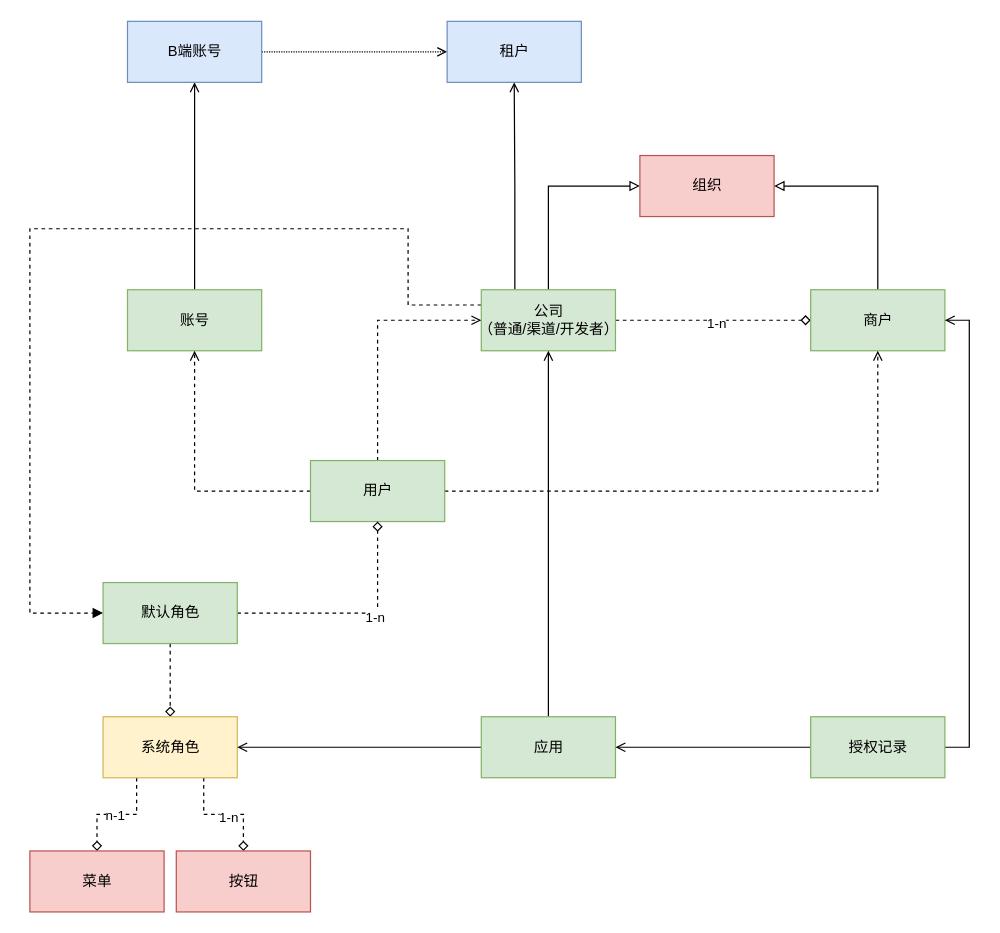
Before: Untitled Diagram.drawio in sunhj000/draw, a draw.io diagram. Source tidied: cells renumbered, new cells numbered last; positions are measured from the earlier drawing's top-left corner, leaving out a move shared by most shapes. Both pictures are drawn from the tidied source at 122%, with x=0, y=0 at pixel (29, 21).
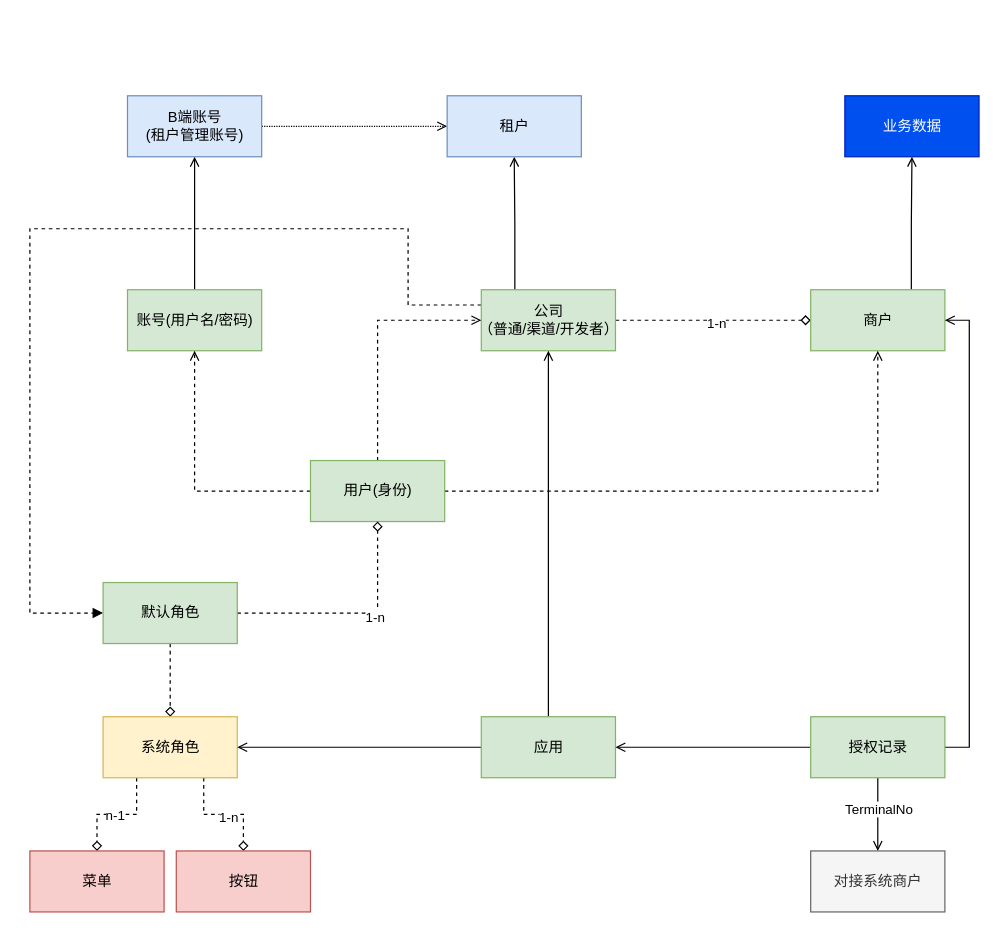
The same diagram, later.

Unchanged cells that the change refers to:
```xml
<mxCell id="9" value="公司&lt;br&gt;（普通/渠道/开发者）" style="html=1;fillColor=#d5e8d4;strokeColor=#82b366;" parent="1" vertex="1">
  <mxGeometry x="370" y="220" width="110" height="50" as="geometry" />
</mxCell>
<mxCell id="12" value="商户" style="html=1;fillColor=#d5e8d4;strokeColor=#82b366;" parent="1" vertex="1">
  <mxGeometry x="640" y="220" width="110" height="50" as="geometry" />
</mxCell>
<mxCell id="33" value="授权记录" style="html=1;fillColor=#d5e8d4;strokeColor=#82b366;" parent="1" vertex="1">
  <mxGeometry x="640" y="570" width="110" height="50" as="geometry" />
</mxCell>
```

What changed in the source:
```diff
@@
-    <mxCell id="3" value="账号" style="html=1;fillColor=#d5e8d4;strokeColor=#82b366;" parent="1" vertex="1">
+    <mxCell id="3" value="账号(用户名/密码)" style="html=1;fillColor=#d5e8d4;strokeColor=#82b366;" parent="1" vertex="1">
       <mxGeometry x="80" y="220" width="110" height="50" as="geometry" />
     </mxCell>
-    <mxCell id="4" style="edgeStyle=orthogonalEdgeStyle;rounded=0;jettySize=auto;html=1;exitX=0.5;exitY=0;exitDx=0;exitDy=0;entryX=0;entryY=0.5;entryDx=0;entryDy=0;endArrow=block;endFill=0;" parent="1" edge="1" source="9" target="10">
-      <mxGeometry relative="1" as="geometry" />
-    </mxCell>
@@
-    <mxCell id="10" value="组织" style="html=1;fillColor=#f8cecc;strokeColor=#b85450;" parent="1" vertex="1">
-      <mxGeometry x="500" y="110" width="110" height="50" as="geometry" />
-    </mxCell>
-    <mxCell id="11" style="edgeStyle=orthogonalEdgeStyle;rounded=0;jettySize=auto;html=1;exitX=0.5;exitY=0;exitDx=0;exitDy=0;entryX=1;entryY=0.5;entryDx=0;entryDy=0;endArrow=block;endFill=0;" parent="1" edge="1" source="12" target="10">
-      <mxGeometry relative="1" as="geometry" />
-    </mxCell>
+    <mxCell id="37" style="edgeStyle=orthogonalEdgeStyle;rounded=0;jettySize=auto;html=1;exitX=0.75;exitY=0;exitDx=0;exitDy=0;entryX=0.5;entryY=1;entryDx=0;entryDy=0;endArrow=open;endFill=0;" parent="1" edge="1" source="12" target="41">
+      <mxGeometry relative="1" as="geometry" />
+    </mxCell>
@@
-    <mxCell id="16" value="用户" style="html=1;fillColor=#d5e8d4;strokeColor=#82b366;" parent="1" vertex="1">
+    <mxCell id="16" value="用户(身份)" style="html=1;fillColor=#d5e8d4;strokeColor=#82b366;" parent="1" vertex="1">
       <mxGeometry x="230" y="360" width="110" height="50" as="geometry" />
     </mxCell>
@@
+    <mxCell id="38" style="edgeStyle=orthogonalEdgeStyle;rounded=0;jettySize=auto;html=1;exitX=0.5;exitY=1;exitDx=0;exitDy=0;endArrow=open;endFill=0;" parent="1" edge="1" source="33" target="40">
+      <mxGeometry relative="1" as="geometry" />
+    </mxCell>
+    <mxCell id="39" value="TerminalNo" style="edgeLabel;html=1;align=center;verticalAlign=middle;" parent="38" vertex="1">
+      <mxGeometry x="-0.17" relative="1" as="geometry" />
+    </mxCell>
@@
-    <mxCell id="35" value="B端账号" style="html=1;fillColor=#dae8fc;strokeColor=#6c8ebf;" parent="1" vertex="1">
-      <mxGeometry x="80" width="110" height="50" as="geometry" />
+    <mxCell id="35" value="B端账号&lt;br&gt;(租户管理账号)" style="html=1;fillColor=#dae8fc;strokeColor=#6c8ebf;" parent="1" vertex="1">
+      <mxGeometry x="80" y="61" width="110" height="50" as="geometry" />
     </mxCell>
     <mxCell id="36" value="租户" style="html=1;fillColor=#dae8fc;strokeColor=#6c8ebf;" parent="1" vertex="1">
-      <mxGeometry x="342" width="110" height="50" as="geometry" />
+      <mxGeometry x="342" y="61" width="110" height="50" as="geometry" />
     </mxCell>
+    <mxCell id="40" value="对接系统商户" style="html=1;fillColor=#f5f5f5;strokeColor=#666666;fontColor=#333333;" parent="1" vertex="1">
+      <mxGeometry x="640" y="680" width="110" height="50" as="geometry" />
+    </mxCell>
+    <mxCell id="41" value="业务数据" style="html=1;fillColor=#0050ef;fontColor=#ffffff;strokeColor=#001DBC;" parent="1" vertex="1">
+      <mxGeometry x="668" y="61" width="110" height="50" as="geometry" />
+    </mxCell>
```
